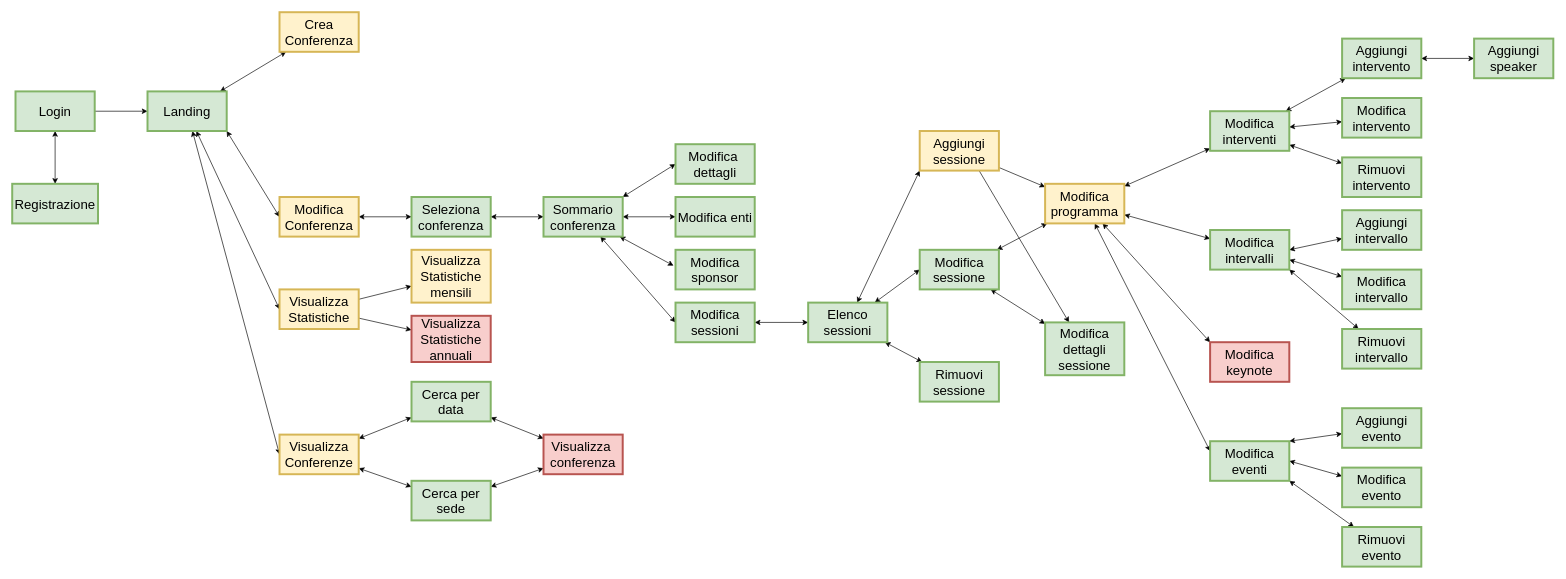
Earlier version of the draw.io diagram Diagrammi/Flusso_finestre.drawio (Antonio-Caporaso/OO-BD-22-23). Source tidied: cells renumbered, new cells numbered last; positions are measured from the earlier drawing's top-left corner, leaving out a move shared by most shapes. Both pictures are drawn from the tidied source at 66%, with x=0, y=0 at pixel (12, 12).
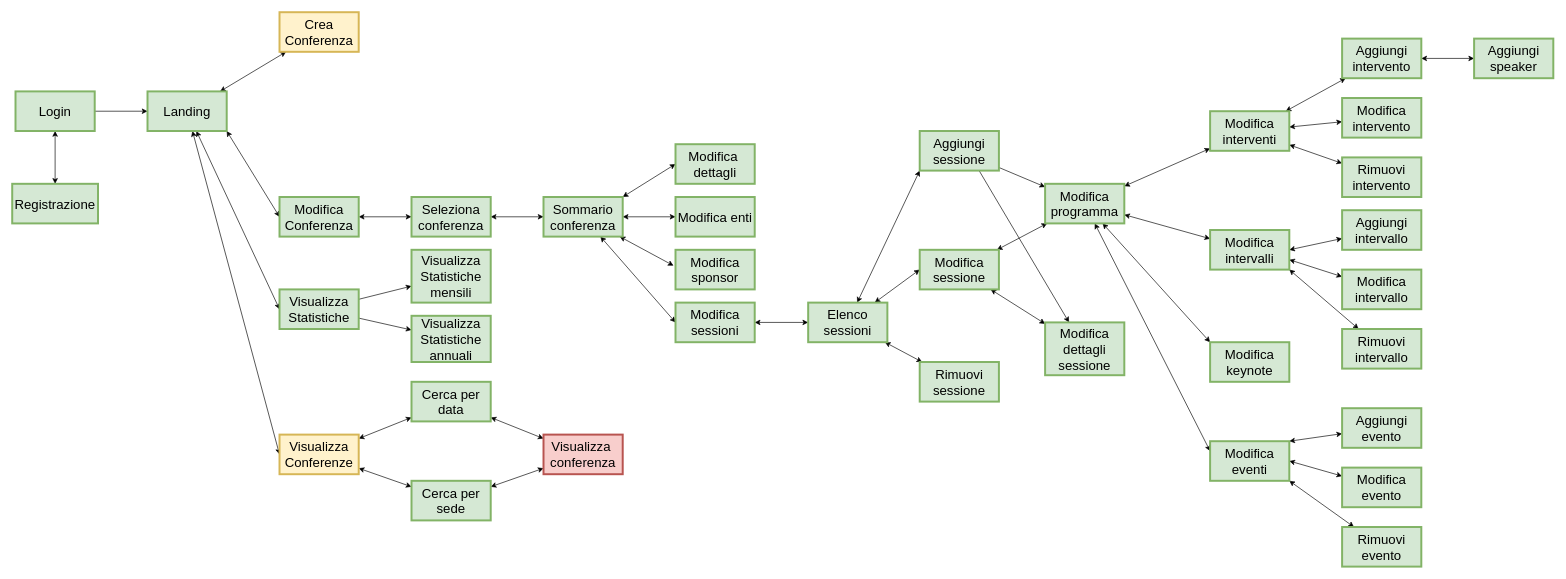
Above is the later version.

Commit message (it also covers changes not shown here):
Modifica diagramma di stato

What changed in the source:
```diff
@@
-    <mxCell id="13" value="&lt;font style=&quot;font-size: 20px;&quot;&gt;Modifica&lt;br&gt;&lt;font style=&quot;font-size: 20px;&quot;&gt;Conferenza&lt;/font&gt;&lt;/font&gt;" style="rounded=0;whiteSpace=wrap;html=1;strokeColor=#d6b656;fontFamily=Helvetica;fontSize=12;fillColor=#fff2cc;strokeWidth=3;" parent="1" vertex="1">
+    <mxCell id="13" value="&lt;font style=&quot;font-size: 20px;&quot;&gt;Modifica&lt;br&gt;&lt;font style=&quot;font-size: 20px;&quot;&gt;Conferenza&lt;/font&gt;&lt;/font&gt;" style="rounded=0;whiteSpace=wrap;html=1;strokeColor=#82b366;fontFamily=Helvetica;fontSize=12;fillColor=#d5e8d4;strokeWidth=3;" parent="1" vertex="1">
       <mxGeometry x="405" y="280" width="120" height="60" as="geometry" />
     </mxCell>
@@
-    <mxCell id="16" value="&lt;font style=&quot;font-size: 20px;&quot;&gt;Visualizza&lt;br&gt;Statistiche&lt;br&gt;&lt;/font&gt;" style="rounded=0;whiteSpace=wrap;html=1;fillColor=#fff2cc;strokeColor=#d6b656;strokeWidth=3;" parent="1" vertex="1">
+    <mxCell id="16" value="&lt;font style=&quot;font-size: 20px;&quot;&gt;Visualizza&lt;br&gt;Statistiche&lt;br&gt;&lt;/font&gt;" style="rounded=0;whiteSpace=wrap;html=1;fillColor=#d5e8d4;strokeColor=#82b366;strokeWidth=3;" parent="1" vertex="1">
       <mxGeometry x="405" y="420" width="120" height="60" as="geometry" />
     </mxCell>
@@
-    <mxCell id="41" value="&lt;span style=&quot;font-size: 20px;&quot;&gt;Aggiungi&lt;br&gt;sessione&lt;br&gt;&lt;/span&gt;" style="rounded=0;whiteSpace=wrap;html=1;strokeColor=#d6b656;fontFamily=Helvetica;fontSize=12;fillColor=#fff2cc;strokeWidth=3;" parent="1" vertex="1">
+    <mxCell id="41" value="&lt;span style=&quot;font-size: 20px;&quot;&gt;Aggiungi&lt;br&gt;sessione&lt;br&gt;&lt;/span&gt;" style="rounded=0;whiteSpace=wrap;html=1;strokeColor=#82b366;fontFamily=Helvetica;fontSize=12;fillColor=#d5e8d4;strokeWidth=3;" parent="1" vertex="1">
       <mxGeometry x="1375" y="180" width="120" height="60" as="geometry" />
     </mxCell>
@@
-    <mxCell id="48" value="&lt;span style=&quot;font-size: 20px;&quot;&gt;Modifica&lt;br&gt;programma&lt;br&gt;&lt;/span&gt;" style="rounded=0;whiteSpace=wrap;html=1;strokeColor=#d6b656;fontFamily=Helvetica;fontSize=12;fillColor=#fff2cc;strokeWidth=3;" parent="1" vertex="1">
+    <mxCell id="48" value="&lt;span style=&quot;font-size: 20px;&quot;&gt;Modifica&lt;br&gt;programma&lt;br&gt;&lt;/span&gt;" style="rounded=0;whiteSpace=wrap;html=1;strokeColor=#82b366;fontFamily=Helvetica;fontSize=12;fillColor=#d5e8d4;strokeWidth=3;" parent="1" vertex="1">
       <mxGeometry x="1565" y="260" width="120" height="60" as="geometry" />
     </mxCell>
@@
-    <mxCell id="61" value="&lt;span style=&quot;font-size: 20px;&quot;&gt;Modifica&lt;br&gt;keynote&lt;br&gt;&lt;/span&gt;" style="rounded=0;whiteSpace=wrap;html=1;strokeColor=#b85450;fontFamily=Helvetica;fontSize=12;fillColor=#f8cecc;strokeWidth=3;" parent="1" vertex="1">
+    <mxCell id="61" value="&lt;span style=&quot;font-size: 20px;&quot;&gt;Modifica&lt;br&gt;keynote&lt;br&gt;&lt;/span&gt;" style="rounded=0;whiteSpace=wrap;html=1;strokeColor=#82b366;fontFamily=Helvetica;fontSize=12;fillColor=#d5e8d4;strokeWidth=3;" parent="1" vertex="1">
       <mxGeometry x="1815" y="500" width="120" height="60" as="geometry" />
     </mxCell>
@@
-    <mxCell id="80" value="&lt;font style=&quot;font-size: 20px;&quot;&gt;Visualizza&lt;br&gt;Statistiche mensili&lt;br&gt;&lt;/font&gt;" style="rounded=0;whiteSpace=wrap;html=1;fillColor=#fff2cc;strokeColor=#d6b656;strokeWidth=3;" parent="1" vertex="1">
+    <mxCell id="80" value="&lt;font style=&quot;font-size: 20px;&quot;&gt;Visualizza&lt;br&gt;Statistiche mensili&lt;br&gt;&lt;/font&gt;" style="rounded=0;whiteSpace=wrap;html=1;fillColor=#d5e8d4;strokeColor=#82b366;strokeWidth=3;" parent="1" vertex="1">
       <mxGeometry x="605" y="360" width="120" height="80" as="geometry" />
     </mxCell>
-    <mxCell id="81" value="&lt;font style=&quot;font-size: 20px;&quot;&gt;Visualizza&lt;br&gt;Statistiche&lt;br&gt;annuali&lt;br&gt;&lt;/font&gt;" style="rounded=0;whiteSpace=wrap;html=1;fillColor=#f8cecc;strokeColor=#b85450;strokeWidth=3;" parent="1" vertex="1">
+    <mxCell id="81" value="&lt;font style=&quot;font-size: 20px;&quot;&gt;Visualizza&lt;br&gt;Statistiche&lt;br&gt;annuali&lt;br&gt;&lt;/font&gt;" style="rounded=0;whiteSpace=wrap;html=1;fillColor=#d5e8d4;strokeColor=#82b366;strokeWidth=3;" parent="1" vertex="1">
       <mxGeometry x="605" y="460" width="120" height="70" as="geometry" />
     </mxCell>
```
